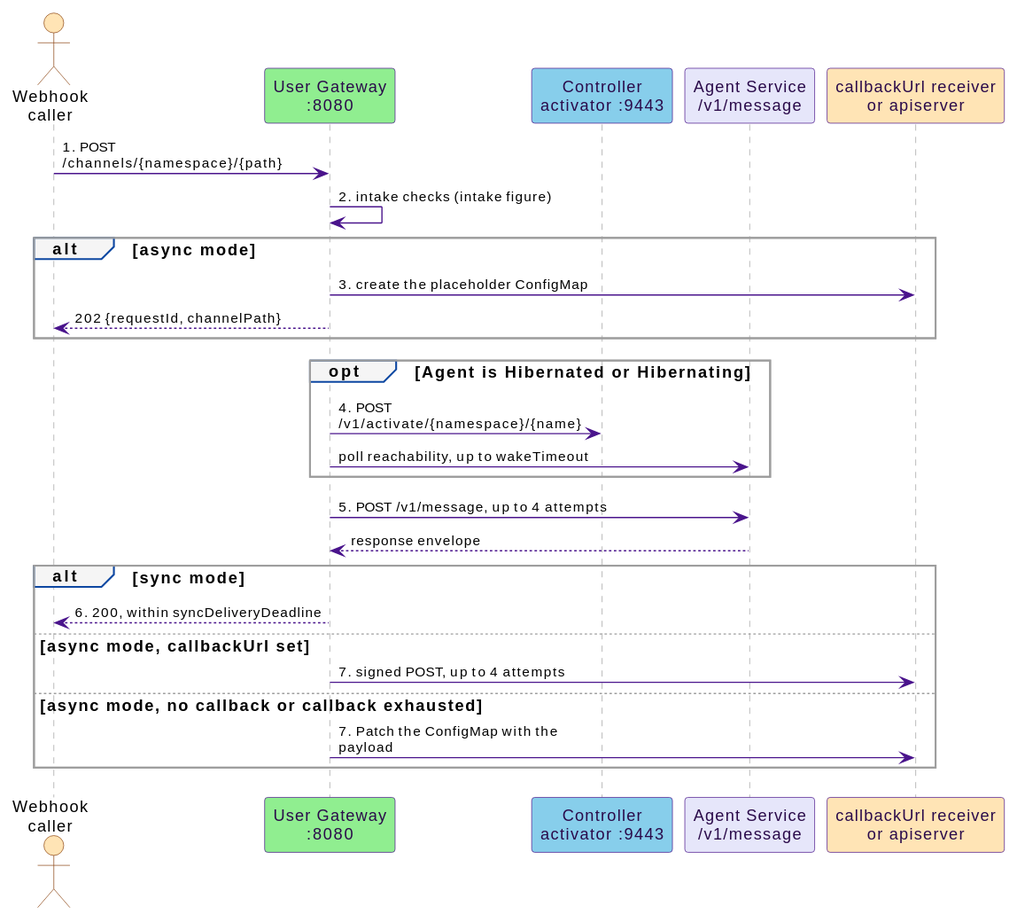
Earlier version of the PlantUML export guide/src/diagrams/user-webhook-flow.svg (win07xp/kaalm).
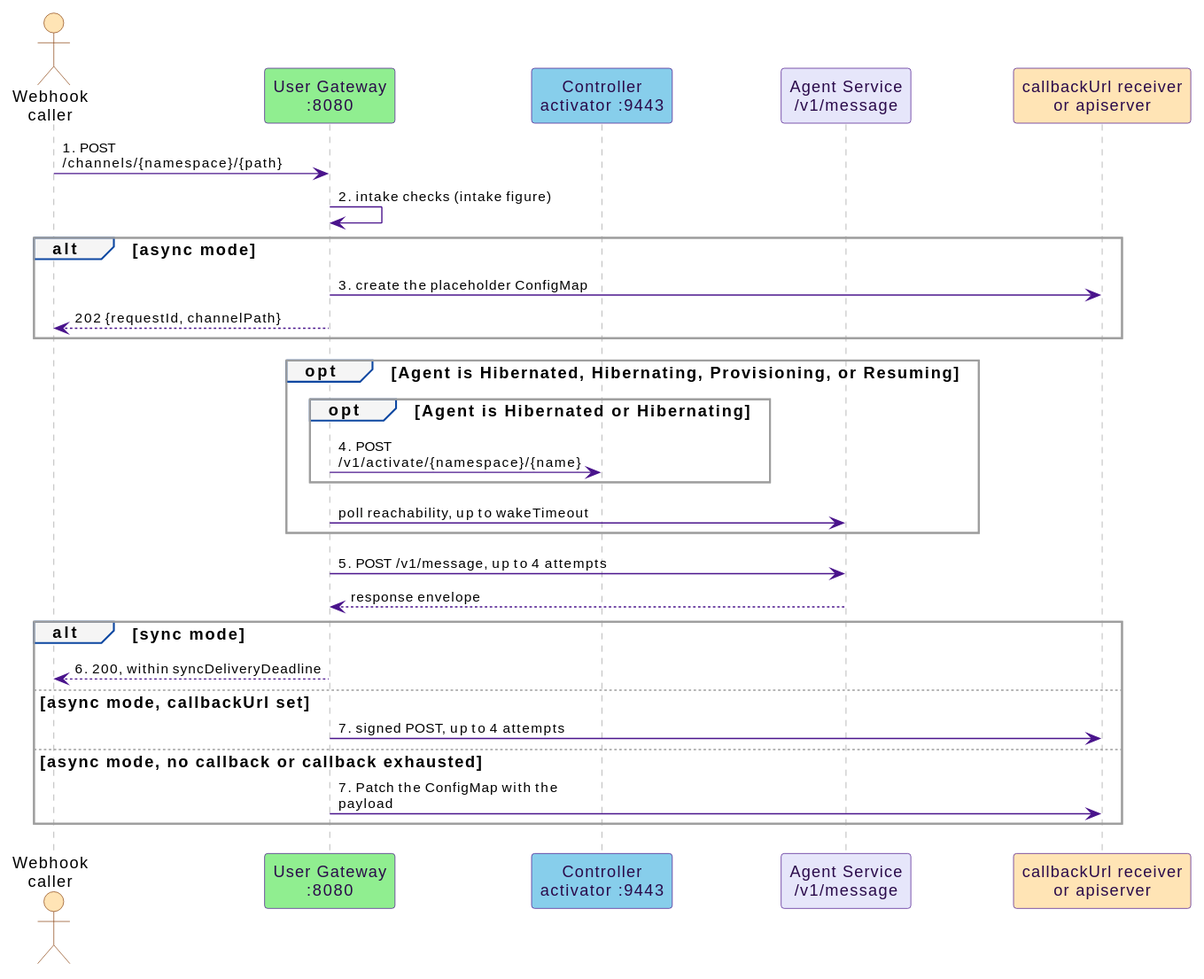
After the change.

What changed in the source:
```diff
@@ -13,8 +13,10 @@
   gw -> out : 3. create the placeholder ConfigMap
   gw --> caller : 202 {requestId, channelPath}
 end
-opt Agent is Hibernated or Hibernating
-  gw -> ctrl : 4. POST /v1/activate/{namespace}/{name}
+opt Agent is Hibernated, Hibernating, Provisioning, or Resuming
+  opt Agent is Hibernated or Hibernating
+    gw -> ctrl : 4. POST /v1/activate/{namespace}/{name}
+  end
   gw -> agent : poll reachability, up to wakeTimeout
 end
 gw -> agent : 5. POST /v1/message, up to 4 attempts
```
